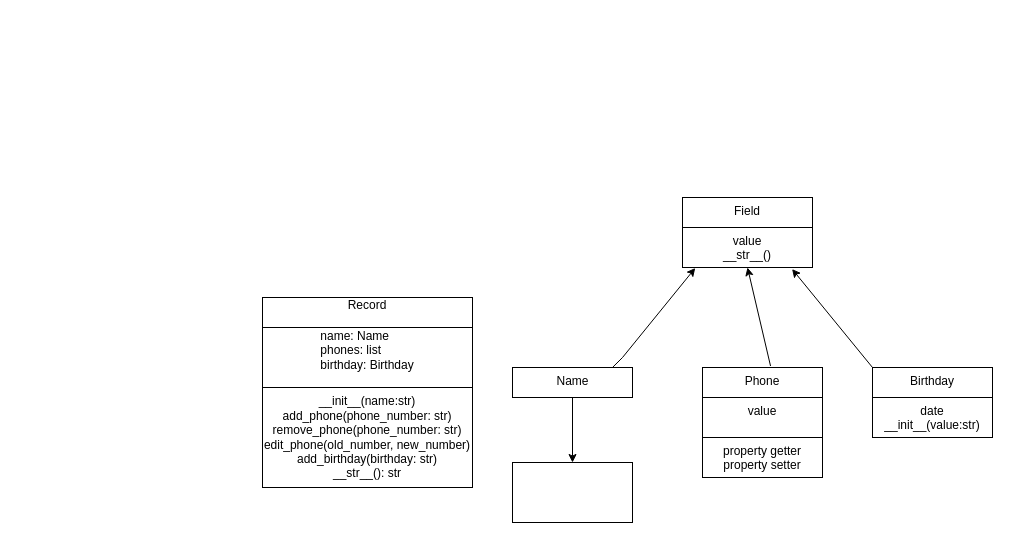
The draw.io diagram Диаграмма без названия.drawio in andriisemeniuta/goit-pyweb2.0-01, before the edit. Source tidied: cells renumbered, new cells numbered last; positions are measured from the earlier drawing's top-left corner, leaving out a move shared by most shapes. Both pictures are drawn from the tidied source at 100%, with x=0, y=0 at pixel (262, 197).
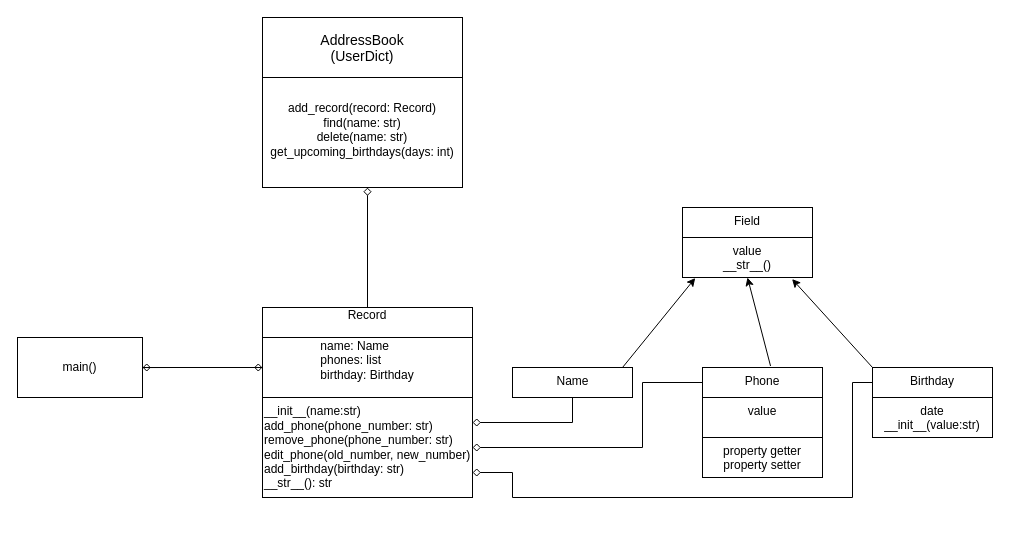
The same page after the edit.

The change refers to these unchanged cells:
```xml
<mxCell id="4" value="&lt;span style=&quot;caret-color: rgb(91, 182, 163);&quot;&gt;Name&lt;/span&gt;&lt;div&gt;&lt;span style=&quot;caret-color: rgb(91, 182, 163);&quot;&gt;&lt;br&gt;&lt;/span&gt;&lt;/div&gt;" style="html=1;verticalAlign=top;rounded=0;fontStyle=0;align=center;fontColor=default;labelBackgroundColor=none;" parent="1" vertex="1">
  <mxGeometry x="250" y="170" width="120" height="30" as="geometry" />
</mxCell>
<mxCell id="5" value="Phone&lt;div&gt;&lt;br&gt;&lt;/div&gt;" style="whiteSpace=wrap;html=1;verticalAlign=top;rounded=0;fontStyle=0;" parent="1" vertex="1">
  <mxGeometry x="440" y="170" width="120" height="30" as="geometry" />
</mxCell>
<mxCell id="7" value="Birthday&lt;div&gt;&lt;br&gt;&lt;/div&gt;" style="whiteSpace=wrap;html=1;verticalAlign=top;rounded=0;fontStyle=0;" parent="1" vertex="1">
  <mxGeometry x="610" y="170" width="120" height="30" as="geometry" />
</mxCell>
```

The edit, as a diff of the source:
```diff
@@
     <mxCell id="2" value="Field&lt;div&gt;&lt;br&gt;&lt;/div&gt;" style="rounded=0;whiteSpace=wrap;html=1;fontStyle=0;verticalAlign=top;" parent="1" vertex="1">
-      <mxGeometry x="420" width="130" height="30" as="geometry" />
+      <mxGeometry x="420" y="10" width="130" height="30" as="geometry" />
     </mxCell>
-    <mxCell id="3" style="edgeStyle=orthogonalEdgeStyle;rounded=0;jettySize=auto;html=1;" parent="1" edge="1" source="4" target="19">
-      <mxGeometry relative="1" as="geometry" />
-    </mxCell>
+    <mxCell id="20" style="edgeStyle=orthogonalEdgeStyle;rounded=0;jettySize=auto;html=1;exitX=0.5;exitY=1;exitDx=0;exitDy=0;entryX=1;entryY=0.25;entryDx=0;entryDy=0;endArrow=diamond;endFill=0;" parent="1" edge="1" source="4" target="18">
+      <mxGeometry relative="1" as="geometry" />
+    </mxCell>
@@
+    <mxCell id="21" style="edgeStyle=orthogonalEdgeStyle;rounded=0;jettySize=auto;html=1;exitX=0;exitY=0.5;exitDx=0;exitDy=0;entryX=1;entryY=0.5;entryDx=0;entryDy=0;endArrow=diamond;endFill=0;" parent="1" edge="1" source="5" target="18">
+      <mxGeometry relative="1" as="geometry">
+        <Array as="points">
+          <mxPoint x="380" y="185" />
+          <mxPoint x="380" y="250" />
+        </Array>
+      </mxGeometry>
+    </mxCell>
@@
+    <mxCell id="22" style="edgeStyle=orthogonalEdgeStyle;rounded=0;jettySize=auto;html=1;exitX=0;exitY=0.5;exitDx=0;exitDy=0;entryX=1;entryY=0.75;entryDx=0;entryDy=0;endArrow=diamond;endFill=0;" parent="1" edge="1" source="7" target="18">
+      <mxGeometry relative="1" as="geometry">
+        <Array as="points">
+          <mxPoint x="590" y="185" />
+          <mxPoint x="590" y="300" />
+          <mxPoint x="250" y="300" />
+          <mxPoint x="250" y="275" />
+        </Array>
+      </mxGeometry>
+    </mxCell>
@@
     <mxCell id="8" style="endArrow=classic;html=1;rounded=0;exitX=0.833;exitY=0;exitDx=0;exitDy=0;exitPerimeter=0;entryX=0.098;entryY=1.013;entryDx=0;entryDy=0;entryPerimeter=0;" parent="1" edge="1" source="4" target="12">
       <mxGeometry relative="1" as="geometry">
         <Array as="points">
-          <mxPoint x="360" y="160" />
+          <mxPoint x="360" y="170" />
         </Array>
       </mxGeometry>
     </mxCell>
@@
+    <mxCell id="23" style="edgeStyle=orthogonalEdgeStyle;rounded=0;jettySize=auto;html=1;endArrow=diamond;endFill=0;" parent="1" edge="1" source="11">
+      <mxGeometry relative="1" as="geometry">
+        <mxPoint x="105" y="-10" as="targetPoint" />
+        <Array as="points">
+          <mxPoint x="105" y="-10" />
+          <mxPoint x="105" y="-10" />
+        </Array>
+      </mxGeometry>
+    </mxCell>
     <mxCell id="11" value="&lt;div style=&quot;text-align: left;&quot;&gt;Record&lt;br&gt;&lt;/div&gt;&lt;div style=&quot;text-align: left;&quot;&gt;&lt;br&gt;&lt;/div&gt;" style="rounded=0;whiteSpace=wrap;html=1;" parent="1" vertex="1">
-      <mxGeometry y="100" width="210" height="30" as="geometry" />
+      <mxGeometry y="110" width="210" height="30" as="geometry" />
     </mxCell>
     <mxCell id="12" value="&lt;div&gt;value&lt;br&gt;&lt;/div&gt;&lt;div style=&quot;text-align: left;&quot;&gt;__str__()&lt;/div&gt;" style="whiteSpace=wrap;html=1;verticalAlign=top;rounded=0;fontStyle=0;" parent="1" vertex="1">
-      <mxGeometry x="420" y="30" width="130" height="40" as="geometry" />
+      <mxGeometry x="420" y="40" width="130" height="40" as="geometry" />
     </mxCell>
@@
+    <mxCell id="24" style="edgeStyle=orthogonalEdgeStyle;rounded=0;jettySize=auto;html=1;exitX=0;exitY=0.5;exitDx=0;exitDy=0;endArrow=diamond;endFill=1;endSize=7;" parent="1" edge="1" source="17">
+      <mxGeometry relative="1" as="geometry">
+        <mxPoint x="-180" y="170.2" as="targetPoint" />
+      </mxGeometry>
+    </mxCell>
+    <mxCell id="25" style="edgeStyle=orthogonalEdgeStyle;rounded=0;jettySize=auto;html=1;endArrow=diamond;endFill=0;" parent="1" edge="1" source="17" target="29">
+      <mxGeometry relative="1" as="geometry" />
+    </mxCell>
     <mxCell id="17" value="&lt;div style=&quot;text-align: left;&quot;&gt;name: Name&lt;/div&gt;&lt;div style=&quot;text-align: left;&quot;&gt;phones: list&lt;/div&gt;&lt;div style=&quot;text-align: left;&quot;&gt;birthday: Birthday&lt;/div&gt;&lt;div&gt;&lt;br&gt;&lt;/div&gt;" style="whiteSpace=wrap;html=1;rounded=0;" parent="1" vertex="1">
-      <mxGeometry y="130" width="210" height="60" as="geometry" />
+      <mxGeometry y="140" width="210" height="60" as="geometry" />
     </mxCell>
-    <mxCell id="18" value="__init__(name:str)&lt;div&gt;add_phone(phone_number: str)&lt;/div&gt;&lt;div&gt;remove_phone(phone_number: str)&lt;/div&gt;&lt;div&gt;edit_phone(old_number, new_number)&lt;/div&gt;&lt;div&gt;add_birthday(birthday: str)&lt;/div&gt;&lt;div&gt;__str__(): str&lt;/div&gt;" style="whiteSpace=wrap;html=1;rounded=0;" parent="1" vertex="1">
-      <mxGeometry y="190" width="210" height="100" as="geometry" />
+    <mxCell id="18" value="__init__(name:str)&lt;div&gt;add_phone(phone_number: str)&lt;/div&gt;&lt;div&gt;remove_phone(phone_number: str)&lt;/div&gt;&lt;div&gt;edit_phone(old_number, new_number)&lt;/div&gt;&lt;div&gt;add_birthday(birthday: str)&lt;/div&gt;&lt;div&gt;__str__(): str&lt;/div&gt;" style="whiteSpace=wrap;html=1;rounded=0;align=left;" parent="1" vertex="1">
+      <mxGeometry y="200" width="210" height="100" as="geometry" />
     </mxCell>
-    <mxCell id="19" style="whiteSpace=wrap;html=1;verticalAlign=top;rounded=0;fontStyle=0;labelBackgroundColor=none;" parent="1" vertex="1">
-      <mxGeometry x="250" y="265" width="120" height="60" as="geometry" />
-    </mxCell>
+    <mxCell id="26" value="&lt;div&gt;&lt;span style=&quot;text-align: start; caret-color: rgb(0, 0, 0); color: rgb(0, 0, 0);&quot;&gt;&lt;font style=&quot;font-size: 12px;&quot;&gt;&lt;br&gt;&lt;/font&gt;&lt;/span&gt;&lt;/div&gt;&lt;span style=&quot;text-align: start; caret-color: rgb(0, 0, 0); color: rgb(0, 0, 0);&quot;&gt;&lt;font style=&quot;font-size: 12px;&quot;&gt;&lt;div&gt;&lt;span style=&quot;text-align: start; caret-color: rgb(0, 0, 0); color: rgb(0, 0, 0);&quot;&gt;&lt;font style=&quot;font-size: 12px;&quot;&gt;&lt;br&gt;&lt;/font&gt;&lt;/span&gt;&lt;/div&gt;add_record(record: Record)&lt;/font&gt;&lt;/span&gt;&lt;div&gt;&lt;span style=&quot;text-align: start; caret-color: rgb(0, 0, 0); color: rgb(0, 0, 0);&quot;&gt;&lt;font style=&quot;font-size: 12px;&quot;&gt;&lt;span style=&quot;caret-color: rgb(0, 0, 0); color: rgb(0, 0, 0);&quot;&gt;find(name: str)&lt;/span&gt;&lt;br&gt;&lt;/font&gt;&lt;/span&gt;&lt;/div&gt;&lt;div&gt;&lt;span style=&quot;text-align: start; caret-color: rgb(0, 0, 0); color: rgb(0, 0, 0);&quot;&gt;&lt;font style=&quot;font-size: 12px;&quot;&gt;&lt;span style=&quot;caret-color: rgb(0, 0, 0); color: rgb(0, 0, 0);&quot;&gt;&lt;span style=&quot;caret-color: rgb(0, 0, 0); color: rgb(0, 0, 0);&quot;&gt;delete(name: str)&lt;/span&gt;&lt;br&gt;&lt;/span&gt;&lt;/font&gt;&lt;/span&gt;&lt;/div&gt;&lt;div&gt;&lt;span style=&quot;text-align: start; caret-color: rgb(0, 0, 0); color: rgb(0, 0, 0);&quot;&gt;&lt;font style=&quot;font-size: 12px;&quot;&gt;&lt;span style=&quot;caret-color: rgb(0, 0, 0); color: rgb(0, 0, 0);&quot;&gt;&lt;span style=&quot;caret-color: rgb(0, 0, 0); color: rgb(0, 0, 0);&quot;&gt;&lt;span style=&quot;caret-color: rgb(0, 0, 0); color: rgb(0, 0, 0);&quot;&gt;get_upcoming_birthdays(days: int)&lt;/span&gt;&lt;br&gt;&lt;/span&gt;&lt;/span&gt;&lt;/font&gt;&lt;/span&gt;&lt;/div&gt;&lt;div&gt;&lt;span style=&quot;text-align: start; caret-color: rgb(0, 0, 0); color: rgb(0, 0, 0);&quot;&gt;&lt;font style=&quot;font-size: 12px;&quot;&gt;&lt;span style=&quot;caret-color: rgb(0, 0, 0); color: rgb(0, 0, 0); font-size: medium;&quot;&gt;&lt;span style=&quot;caret-color: rgb(0, 0, 0); color: rgb(0, 0, 0);&quot;&gt;&lt;br&gt;&lt;/span&gt;&lt;/span&gt;&lt;/font&gt;&lt;/span&gt;&lt;/div&gt;&lt;div&gt;&lt;br&gt;&lt;/div&gt;" style="whiteSpace=wrap;html=1;rounded=0;" parent="1" vertex="1">
+      <mxGeometry y="-120" width="200" height="110" as="geometry" />
+    </mxCell>
+    <mxCell id="27" value="&lt;p style=&quot;margin: 0px; font-style: normal; font-variant-caps: normal; font-width: normal; line-height: normal; font-size-adjust: none; font-kerning: auto; font-variant-alternates: normal; font-variant-ligatures: normal; font-variant-numeric: normal; font-variant-east-asian: normal; font-variant-position: normal; font-variant-emoji: normal; font-feature-settings: normal; font-optical-sizing: auto; font-variation-settings: normal;&quot;&gt;&lt;font style=&quot;font-size: 14px;&quot;&gt;AddressBook&lt;/font&gt;&lt;/p&gt;&lt;p style=&quot;margin: 0px; font-style: normal; font-variant-caps: normal; font-width: normal; line-height: normal; font-size-adjust: none; font-kerning: auto; font-variant-alternates: normal; font-variant-ligatures: normal; font-variant-numeric: normal; font-variant-east-asian: normal; font-variant-position: normal; font-variant-emoji: normal; font-feature-settings: normal; font-optical-sizing: auto; font-variation-settings: normal;&quot;&gt;&lt;font style=&quot;font-size: 14px;&quot;&gt;(UserDict)&lt;/font&gt;&lt;/p&gt;" style="whiteSpace=wrap;html=1;rounded=0;" parent="1" vertex="1">
+      <mxGeometry y="-180" width="200" height="60" as="geometry" />
+    </mxCell>
+    <mxCell id="28" style="edgeStyle=orthogonalEdgeStyle;rounded=0;orthogonalLoop=1;jettySize=auto;html=1;exitX=1;exitY=0.25;exitDx=0;exitDy=0;entryX=0;entryY=0.25;entryDx=0;entryDy=0;endArrow=diamond;endFill=0;" parent="1" edge="1">
+      <mxGeometry relative="1" as="geometry">
+        <mxPoint x="-120" y="170" as="sourcePoint" />
+        <mxPoint y="170" as="targetPoint" />
+      </mxGeometry>
+    </mxCell>
+    <mxCell id="29" value="main()" style="whiteSpace=wrap;html=1;rounded=0;" parent="1" vertex="1">
+      <mxGeometry x="-245" y="140" width="125" height="60" as="geometry" />
+    </mxCell>
```
